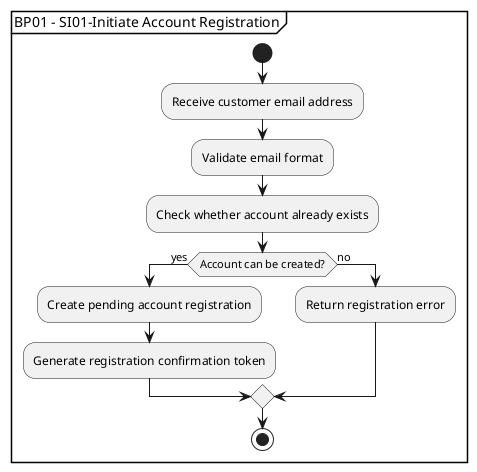
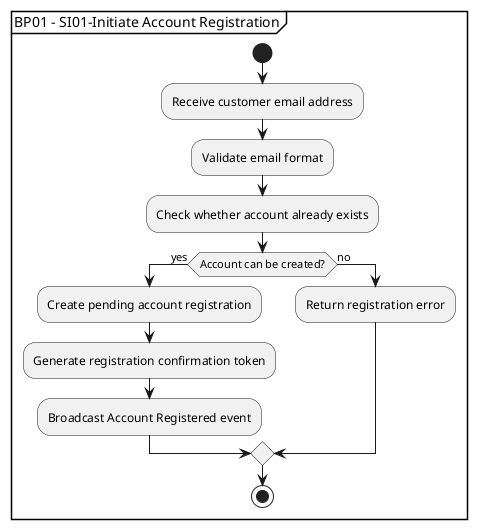
@startuml

partition "BP01 - SI01-Initiate Account Registration" {
  start
  :Receive customer email address;
  :Validate email format;
  :Check whether account already exists;
  if (Account can be created?) then (yes)
    :Create pending account registration;
    :Generate registration confirmation token;
+     :Broadcast Account Registered event;
  else (no)
    :Return registration error;
  endif
  stop
}

@enduml
